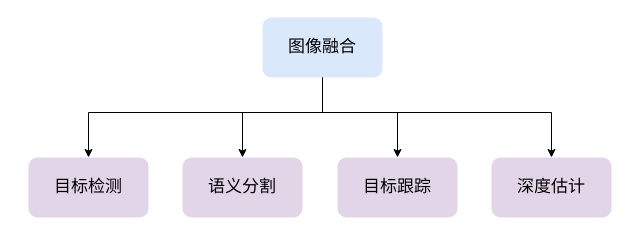
The draw.io diagram 应用.drawio in coder678/draw, before the edit. Source tidied: cells renumbered, new cells numbered last; positions are measured from the earlier drawing's top-left corner, leaving out a move shared by most shapes. Both pictures are drawn from the tidied source at 100%, with x=0, y=0 at pixel (28, 17).
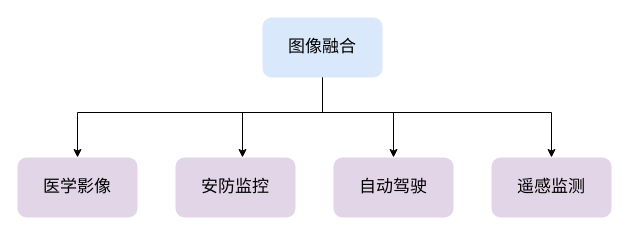
After the change.

The edit, as a diff of the source:
```diff
@@
 <mxGraphModel>
   <root>
     <mxCell id="0" />
     <mxCell id="1" parent="0" />
     <mxCell id="2" style="edgeStyle=orthogonalEdgeStyle;rounded=0;jettySize=auto;html=1;entryX=0.5;entryY=0;entryDx=0;entryDy=0;" parent="1" edge="1" source="5" target="6">
       <mxGeometry relative="1" as="geometry">
         <Array as="points">
           <mxPoint x="294" y="95" />
-          <mxPoint x="60" y="95" />
+          <mxPoint x="49" y="95" />
         </Array>
       </mxGeometry>
     </mxCell>
     <mxCell id="3" style="edgeStyle=orthogonalEdgeStyle;rounded=0;jettySize=auto;html=1;" parent="1" edge="1" source="5" target="7">
       <mxGeometry relative="1" as="geometry">
         <Array as="points">
           <mxPoint x="294" y="95" />
           <mxPoint x="214" y="95" />
         </Array>
       </mxGeometry>
     </mxCell>
     <mxCell id="4" style="edgeStyle=orthogonalEdgeStyle;rounded=0;jettySize=auto;html=1;entryX=0.5;entryY=0;entryDx=0;entryDy=0;" parent="1" edge="1" source="5" target="8">
       <mxGeometry relative="1" as="geometry">
         <Array as="points">
           <mxPoint x="294" y="95" />
-          <mxPoint x="369" y="95" />
+          <mxPoint x="365" y="95" />
         </Array>
       </mxGeometry>
     </mxCell>
     <mxCell id="5" value="&lt;font style=&quot;font-size: 17px;&quot;&gt;图像融合&lt;/font&gt;" style="rounded=1;whiteSpace=wrap;html=1;fillColor=#dae8fc;strokeColor=none;" parent="1" vertex="1">
       <mxGeometry x="234" width="120" height="60" as="geometry" />
     </mxCell>
-    <mxCell id="6" value="&lt;font style=&quot;font-size: 17px;&quot;&gt;目标检测&lt;/font&gt;" style="rounded=1;whiteSpace=wrap;html=1;fillColor=#e1d5e7;strokeColor=none;" parent="1" vertex="1">
-      <mxGeometry y="140" width="120" height="60" as="geometry" />
+    <mxCell id="6" value="&lt;font style=&quot;font-size: 17px;&quot;&gt;医学影像&lt;/font&gt;" style="rounded=1;whiteSpace=wrap;html=1;fillColor=#e1d5e7;strokeColor=none;" parent="1" vertex="1">
+      <mxGeometry x="-11" y="140" width="120" height="60" as="geometry" />
     </mxCell>
-    <mxCell id="7" value="&lt;span style=&quot;font-size: 17px;&quot;&gt;语义分割&lt;/span&gt;" style="rounded=1;whiteSpace=wrap;html=1;fillColor=#e1d5e7;strokeColor=none;" parent="1" vertex="1">
-      <mxGeometry x="154" y="140" width="120" height="60" as="geometry" />
+    <mxCell id="7" value="&lt;span style=&quot;font-size: 17px;&quot;&gt;安防监控&lt;/span&gt;" style="rounded=1;whiteSpace=wrap;html=1;fillColor=#e1d5e7;strokeColor=none;" parent="1" vertex="1">
+      <mxGeometry x="147" y="140" width="120" height="60" as="geometry" />
     </mxCell>
-    <mxCell id="8" value="&lt;span style=&quot;font-size: 17px;&quot;&gt;目标跟踪&lt;/span&gt;" style="rounded=1;whiteSpace=wrap;html=1;fillColor=#e1d5e7;strokeColor=none;" parent="1" vertex="1">
-      <mxGeometry x="309" y="140" width="120" height="60" as="geometry" />
+    <mxCell id="8" value="&lt;span style=&quot;font-size: 17px;&quot;&gt;自动驾驶&lt;/span&gt;" style="rounded=1;whiteSpace=wrap;html=1;fillColor=#e1d5e7;strokeColor=none;" parent="1" vertex="1">
+      <mxGeometry x="305" y="140" width="120" height="60" as="geometry" />
     </mxCell>
-    <mxCell id="9" value="&lt;span style=&quot;font-size: 17px;&quot;&gt;深度估计&lt;/span&gt;" style="rounded=1;whiteSpace=wrap;html=1;fillColor=#e1d5e7;strokeColor=none;" parent="1" vertex="1">
+    <mxCell id="9" value="&lt;span style=&quot;font-size: 17px;&quot;&gt;遥感监测&lt;/span&gt;" style="rounded=1;whiteSpace=wrap;html=1;fillColor=#e1d5e7;strokeColor=none;" parent="1" vertex="1">
       <mxGeometry x="463" y="140" width="120" height="60" as="geometry" />
     </mxCell>
     <mxCell id="10" style="edgeStyle=orthogonalEdgeStyle;rounded=0;jettySize=auto;html=1;entryX=0.5;entryY=0;entryDx=0;entryDy=0;" parent="1" edge="1" source="5" target="9">
       <mxGeometry relative="1" as="geometry">
         <Array as="points">
           <mxPoint x="294" y="95" />
           <mxPoint x="523" y="95" />
         </Array>
       </mxGeometry>
     </mxCell>
   </root>
 </mxGraphModel>
```
